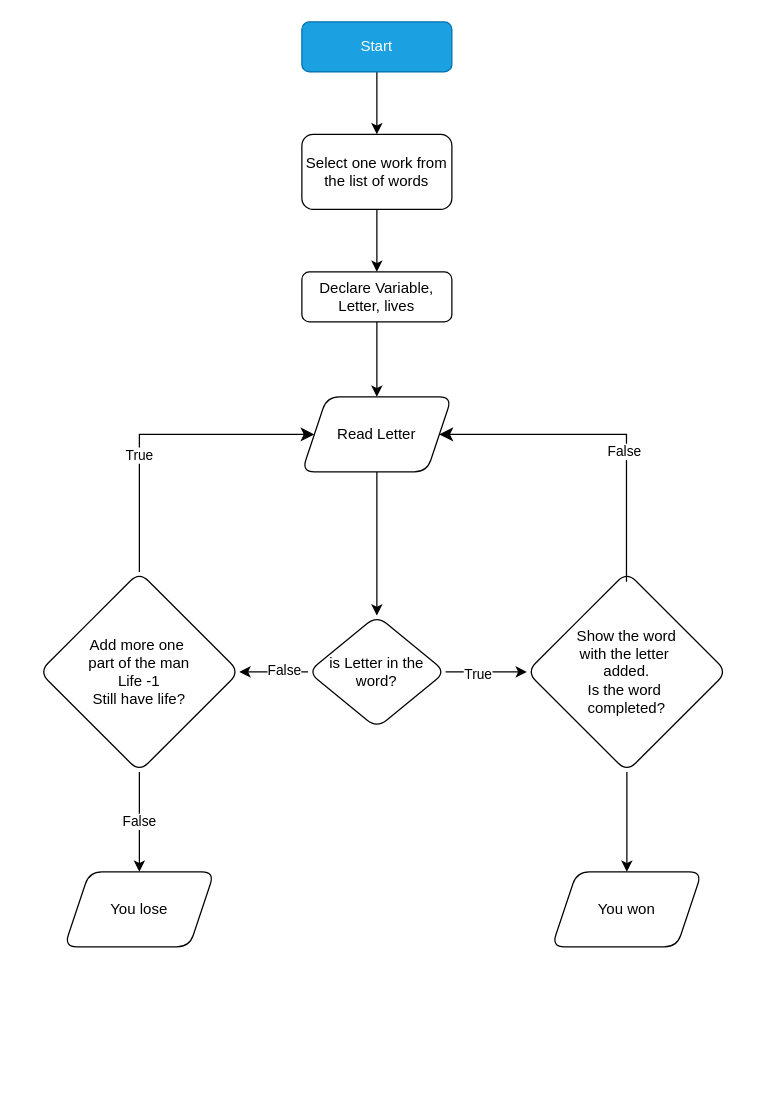
The draw.io diagram Day07_hangman/Diagram_hangman.drawio in maiconlucinda/100DaysCode, before the edit. Source tidied: cells renumbered, new cells numbered last; positions are measured from the earlier drawing's top-left corner, leaving out a move shared by most shapes. Both pictures are drawn from the tidied source at 125%, with x=0, y=0 at pixel (39, 21).
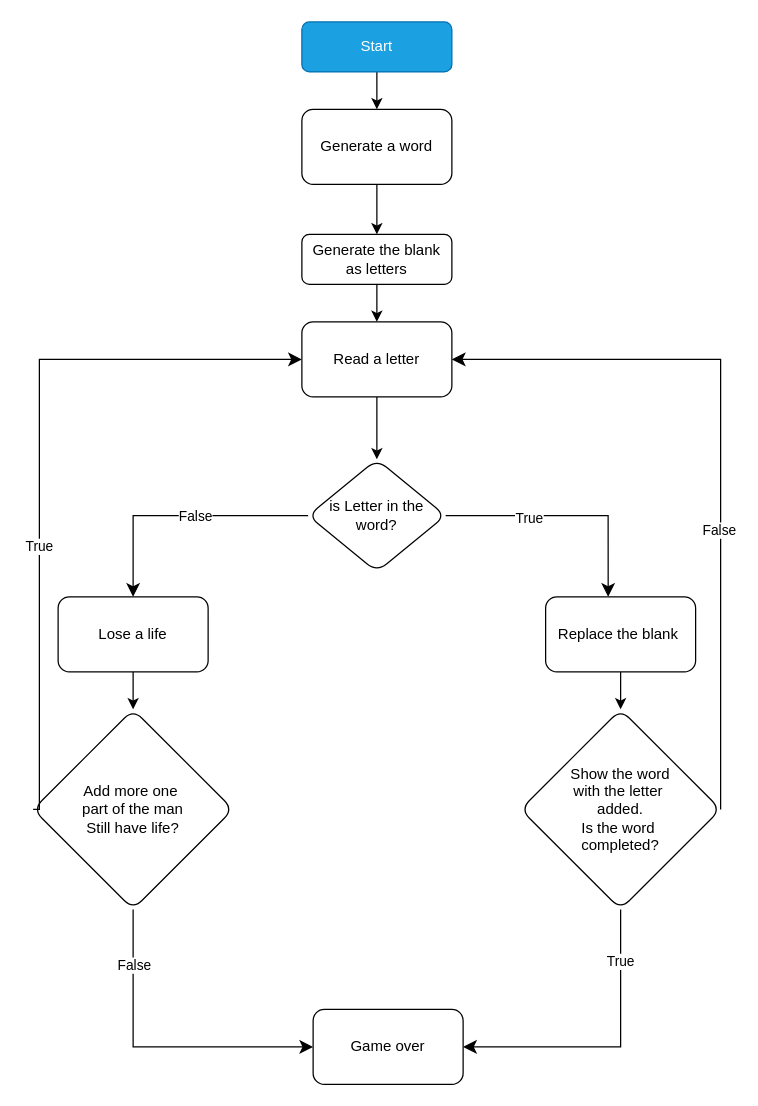
Above is the later version.

The edit, as a diff of the source:
```diff
@@
-    <mxCell id="4" style="edgeStyle=orthogonalEdgeStyle;rounded=0;jettySize=auto;html=1;" parent="1" edge="1" source="5" target="7">
+    <mxCell id="4" style="edgeStyle=orthogonalEdgeStyle;rounded=0;jettySize=auto;html=1;entryX=0.5;entryY=0;entryDx=0;entryDy=0;" parent="1" edge="1" source="5" target="30">
       <mxGeometry relative="1" as="geometry" />
     </mxCell>
-    <mxCell id="5" value="Declare Variable, Letter, lives" style="whiteSpace=wrap;html=1;rounded=1;" parent="1" vertex="1">
-      <mxGeometry x="210" y="200" width="120" height="40" as="geometry" />
+    <mxCell id="5" value="Generate the blank&lt;br&gt;as letters" style="whiteSpace=wrap;html=1;rounded=1;" parent="1" vertex="1">
+      <mxGeometry x="210" y="170" width="120" height="40" as="geometry" />
     </mxCell>
-    <mxCell id="6" style="edgeStyle=orthogonalEdgeStyle;rounded=0;jettySize=auto;html=1;" parent="1" edge="1" source="7" target="12">
-      <mxGeometry relative="1" as="geometry" />
-    </mxCell>
-    <mxCell id="7" value="Read Letter" style="shape=parallelogram;perimeter=parallelogramPerimeter;whiteSpace=wrap;html=1;fixedSize=1;rounded=1;" parent="1" vertex="1">
-      <mxGeometry x="210" y="300" width="120" height="60" as="geometry" />
-    </mxCell>
-    <mxCell id="8" style="edgeStyle=orthogonalEdgeStyle;rounded=0;jettySize=auto;html=1;" parent="1" edge="1" source="12" target="14">
-      <mxGeometry relative="1" as="geometry" />
-    </mxCell>
-    <mxCell id="9" value="True" style="edgeLabel;html=1;align=center;verticalAlign=middle;" parent="8" vertex="1">
-      <mxGeometry x="-0.22" y="-1" relative="1" as="geometry" />
-    </mxCell>
-    <mxCell id="10" style="edgeStyle=orthogonalEdgeStyle;rounded=0;jettySize=auto;html=1;" parent="1" edge="1" source="12" target="16">
-      <mxGeometry relative="1" as="geometry" />
-    </mxCell>
-    <mxCell id="11" value="False" style="edgeLabel;html=1;align=center;verticalAlign=middle;" parent="10" vertex="1">
-      <mxGeometry x="-0.26" y="-2" relative="1" as="geometry" />
-    </mxCell>
     <mxCell id="12" value="is Letter in the word?" style="rhombus;whiteSpace=wrap;html=1;rounded=1;" parent="1" vertex="1">
-      <mxGeometry x="215" y="475" width="110" height="90" as="geometry" />
+      <mxGeometry x="215" y="350" width="110" height="90" as="geometry" />
     </mxCell>
-    <mxCell id="13" style="edgeStyle=none;html=1;" parent="1" edge="1" source="14" target="24">
-      <mxGeometry relative="1" as="geometry" />
-    </mxCell>
     <mxCell id="14" value="Show the word&lt;div&gt;with the letter&amp;nbsp;&lt;/div&gt;&lt;div&gt;added.&lt;/div&gt;&lt;div&gt;Is the word&amp;nbsp;&lt;/div&gt;&lt;div&gt;completed?&lt;/div&gt;" style="rhombus;whiteSpace=wrap;html=1;rounded=1;" parent="1" vertex="1">
-      <mxGeometry x="390" y="440" width="160" height="160" as="geometry" />
+      <mxGeometry x="385" y="550" width="160" height="160" as="geometry" />
     </mxCell>
-    <mxCell id="15" value="False" style="edgeStyle=none;html=1;" parent="1" edge="1" source="16" target="23">
-      <mxGeometry relative="1" as="geometry" />
-    </mxCell>
-    <mxCell id="16" value="Add more one&amp;nbsp;&lt;div&gt;part of the man&lt;/div&gt;&lt;div&gt;Life -1&lt;/div&gt;&lt;div&gt;Still have life?&lt;/div&gt;" style="rhombus;whiteSpace=wrap;html=1;rounded=1;" parent="1" vertex="1">
-      <mxGeometry y="440" width="160" height="160" as="geometry" />
+    <mxCell id="16" value="Add more one&amp;nbsp;&lt;div&gt;part of the man&lt;/div&gt;&lt;div&gt;Still have life?&lt;/div&gt;" style="rhombus;whiteSpace=wrap;html=1;rounded=1;" parent="1" vertex="1">
+      <mxGeometry x="-5" y="550" width="160" height="160" as="geometry" />
     </mxCell>
@@
-    <mxCell id="18" value="Select one work from the list of words" style="rounded=1;whiteSpace=wrap;html=1;" parent="1" vertex="1">
-      <mxGeometry x="210" y="90" width="120" height="60" as="geometry" />
+    <mxCell id="18" value="Generate a word" style="rounded=1;whiteSpace=wrap;html=1;" parent="1" vertex="1">
+      <mxGeometry x="210" y="70" width="120" height="60" as="geometry" />
     </mxCell>
-    <mxCell id="19" style="edgeStyle=elbowEdgeStyle;elbow=vertical;endArrow=classic;html=1;curved=0;rounded=0;endSize=8;startSize=8;exitX=0.498;exitY=0.049;exitDx=0;exitDy=0;exitPerimeter=0;" parent="1" edge="1" source="14" target="7">
+    <mxCell id="19" style="edgeStyle=elbowEdgeStyle;elbow=vertical;endArrow=classic;html=1;curved=0;rounded=0;endSize=8;startSize=8;exitX=1;exitY=0.5;exitDx=0;exitDy=0;entryX=1;entryY=0.5;entryDx=0;entryDy=0;" parent="1" edge="1" source="14" target="30">
       <mxGeometry relative="1" as="geometry">
         <Array as="points">
+          <mxPoint x="440" y="270" />
+          <mxPoint x="590" y="290" />
+          <mxPoint x="420" y="270" />
           <mxPoint x="430" y="330" />
         </Array>
       </mxGeometry>
     </mxCell>
@@
-    <mxCell id="21" style="edgeStyle=elbowEdgeStyle;elbow=horizontal;endArrow=classic;html=1;curved=0;rounded=0;endSize=8;startSize=8;exitX=0.5;exitY=0;exitDx=0;exitDy=0;entryX=0;entryY=0.5;entryDx=0;entryDy=0;" parent="1" edge="1" source="16" target="7">
+    <mxCell id="21" style="edgeStyle=elbowEdgeStyle;elbow=horizontal;endArrow=classic;html=1;curved=0;rounded=0;endSize=8;startSize=8;exitX=0;exitY=0.5;exitDx=0;exitDy=0;entryX=0;entryY=0.5;entryDx=0;entryDy=0;" parent="1" edge="1" source="16" target="30">
       <mxGeometry relative="1" as="geometry">
         <Array as="points">
+          <mxPoint y="490" />
           <mxPoint x="80" y="350" />
           <mxPoint x="80" y="430" />
         </Array>
       </mxGeometry>
     </mxCell>
@@
-    <mxCell id="23" value="You lose" style="shape=parallelogram;perimeter=parallelogramPerimeter;whiteSpace=wrap;html=1;fixedSize=1;rounded=1;" parent="1" vertex="1">
-      <mxGeometry x="20" y="680" width="120" height="60" as="geometry" />
-    </mxCell>
-    <mxCell id="24" value="You won" style="shape=parallelogram;perimeter=parallelogramPerimeter;whiteSpace=wrap;html=1;fixedSize=1;rounded=1;" parent="1" vertex="1">
-      <mxGeometry x="410" y="680" width="120" height="60" as="geometry" />
-    </mxCell>
+    <mxCell id="25" value="Game over" style="rounded=1;whiteSpace=wrap;html=1;" parent="1" vertex="1">
+      <mxGeometry x="219" y="790" width="120" height="60" as="geometry" />
+    </mxCell>
+    <mxCell id="26" style="edgeStyle=elbowEdgeStyle;elbow=horizontal;endArrow=classic;html=1;curved=0;rounded=0;endSize=8;startSize=8;entryX=0;entryY=0.5;entryDx=0;entryDy=0;exitX=0.5;exitY=1;exitDx=0;exitDy=0;" parent="1" edge="1" source="16" target="25">
+      <mxGeometry relative="1" as="geometry">
+        <Array as="points">
+          <mxPoint x="75" y="800" />
+        </Array>
+      </mxGeometry>
+    </mxCell>
+    <mxCell id="27" value="False" style="edgeLabel;html=1;align=center;verticalAlign=middle;" parent="26" vertex="1">
+      <mxGeometry x="-0.65" relative="1" as="geometry" />
+    </mxCell>
+    <mxCell id="28" style="edgeStyle=elbowEdgeStyle;elbow=horizontal;endArrow=classic;html=1;curved=0;rounded=0;endSize=8;startSize=8;exitX=0.5;exitY=1;exitDx=0;exitDy=0;entryX=1;entryY=0.5;entryDx=0;entryDy=0;" parent="1" edge="1" source="14" target="25">
+      <mxGeometry relative="1" as="geometry">
+        <Array as="points">
+          <mxPoint x="465" y="770" />
+        </Array>
+      </mxGeometry>
+    </mxCell>
+    <mxCell id="29" value="True" style="edgeLabel;html=1;align=center;verticalAlign=middle;" parent="28" vertex="1">
+      <mxGeometry x="-0.65" y="-1" relative="1" as="geometry" />
+    </mxCell>
+    <mxCell id="30" value="Read a letter" style="rounded=1;whiteSpace=wrap;html=1;" parent="1" vertex="1">
+      <mxGeometry x="210" y="240" width="120" height="60" as="geometry" />
+    </mxCell>
+    <mxCell id="31" style="endArrow=classic;html=1;exitX=0.5;exitY=1;exitDx=0;exitDy=0;" parent="1" edge="1" source="30" target="12">
+      <mxGeometry relative="1" as="geometry" />
+    </mxCell>
+    <mxCell id="32" value="Replace the blank&amp;nbsp;" style="rounded=1;whiteSpace=wrap;html=1;" parent="1" vertex="1">
+      <mxGeometry x="405" y="460" width="120" height="60" as="geometry" />
+    </mxCell>
+    <mxCell id="33" value="Lose a life" style="rounded=1;whiteSpace=wrap;html=1;" parent="1" vertex="1">
+      <mxGeometry x="15" y="460" width="120" height="60" as="geometry" />
+    </mxCell>
+    <mxCell id="34" style="edgeStyle=segmentEdgeStyle;endArrow=classic;html=1;curved=0;rounded=0;endSize=8;startSize=8;exitX=0;exitY=0.5;exitDx=0;exitDy=0;entryX=0.5;entryY=0;entryDx=0;entryDy=0;" parent="1" edge="1" source="12" target="33">
+      <mxGeometry relative="1" as="geometry" />
+    </mxCell>
+    <mxCell id="35" value="False" style="edgeLabel;html=1;align=center;verticalAlign=middle;" parent="34" vertex="1">
+      <mxGeometry x="-0.11" relative="1" as="geometry" />
+    </mxCell>
+    <mxCell id="36" style="endArrow=classic;html=1;exitX=0.5;exitY=1;exitDx=0;exitDy=0;entryX=0.5;entryY=0;entryDx=0;entryDy=0;" parent="1" edge="1" source="33" target="16">
+      <mxGeometry relative="1" as="geometry" />
+    </mxCell>
+    <mxCell id="37" style="endArrow=classic;html=1;exitX=0.5;exitY=1;exitDx=0;exitDy=0;entryX=0.5;entryY=0;entryDx=0;entryDy=0;" parent="1" edge="1" source="32" target="14">
+      <mxGeometry relative="1" as="geometry" />
+    </mxCell>
+    <mxCell id="38" style="edgeStyle=segmentEdgeStyle;endArrow=classic;html=1;curved=0;rounded=0;endSize=8;startSize=8;exitX=1;exitY=0.5;exitDx=0;exitDy=0;entryX=0.417;entryY=0;entryDx=0;entryDy=0;entryPerimeter=0;" parent="1" edge="1" source="12" target="32">
+      <mxGeometry relative="1" as="geometry" />
+    </mxCell>
+    <mxCell id="39" value="True" style="edgeLabel;html=1;align=center;verticalAlign=middle;" parent="38" vertex="1">
+      <mxGeometry x="-0.32" y="-1" relative="1" as="geometry" />
+    </mxCell>
```
